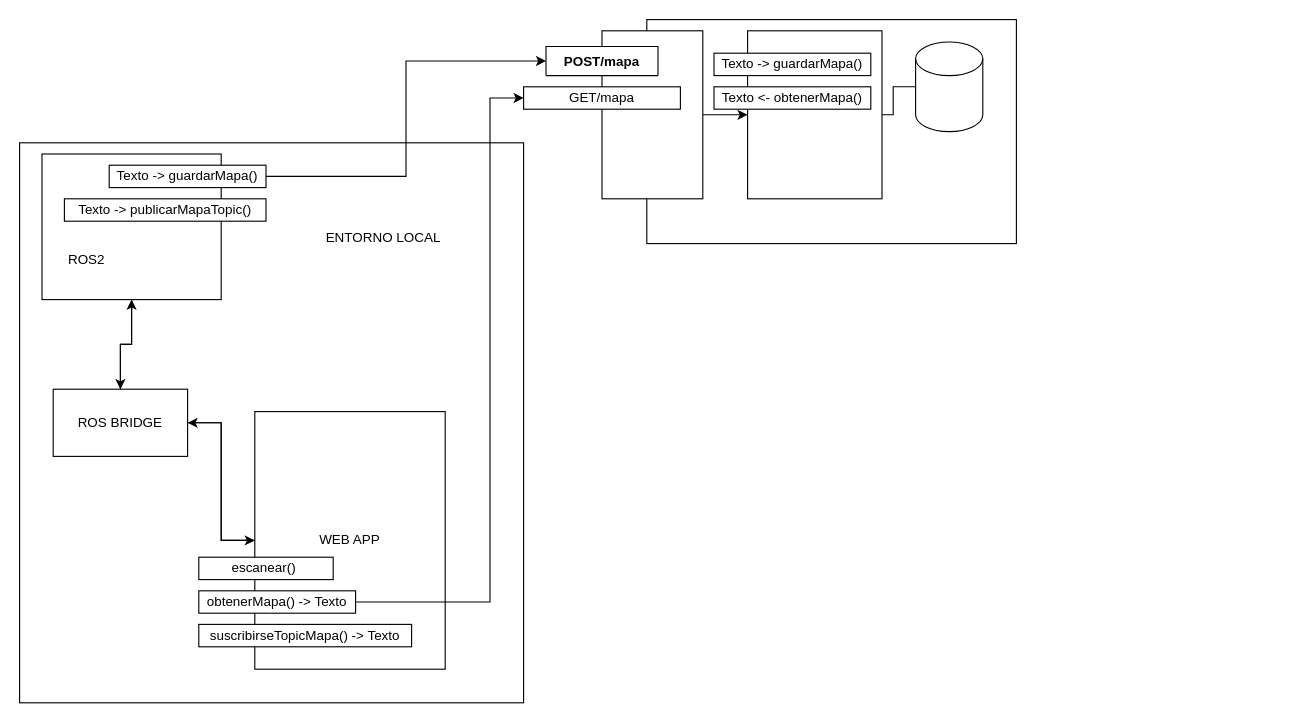
GTI-3B-ProyectoRobotica/Automatix-Backend keeps this draw.io diagram as page "Logica Negocio" (1 of 2) of doc/DiagramaBloques.drawio. Above is the earlier version. Source tidied: cells renumbered, new cells numbered last; positions are measured from the earlier drawing's top-left corner, leaving out a move shared by most shapes. Both pictures are drawn from the tidied source at 112%, with x=0, y=0 at pixel (19, 19).
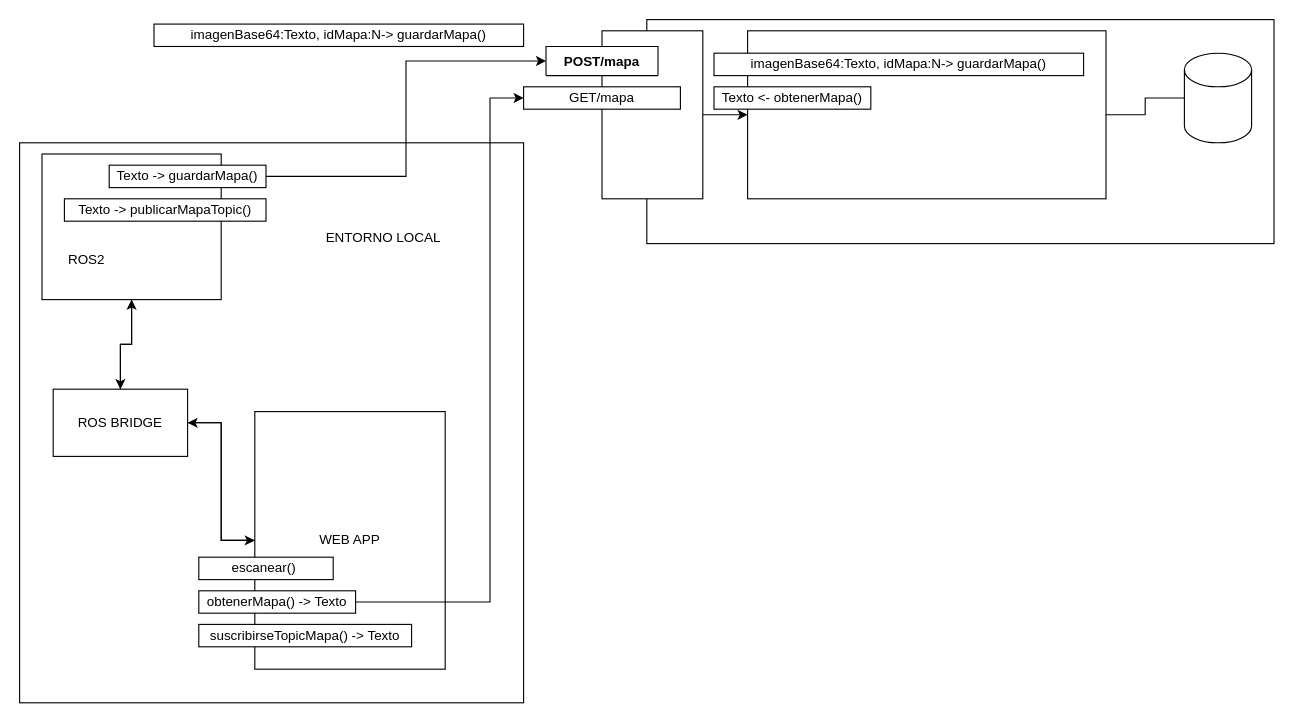
After the change.

Commit message (it also covers changes not shown here):
AX - H3 - 2 - Funcion guardarMapa logica

The edit, as a diff of the source:
```diff
@@
     <mxCell id="2" style="rounded=0;whiteSpace=wrap;html=1;" parent="1" vertex="1">
-      <mxGeometry x="560" width="330" height="200" as="geometry" />
+      <mxGeometry x="560" width="560" height="200" as="geometry" />
     </mxCell>
@@
     <mxCell id="8" style="shape=cylinder3;whiteSpace=wrap;html=1;boundedLbl=1;backgroundOutline=1;size=15;" parent="1" vertex="1">
-      <mxGeometry x="800" y="20" width="60" height="80" as="geometry" />
+      <mxGeometry x="1040" y="30" width="60" height="80" as="geometry" />
     </mxCell>
@@
     <mxCell id="11" style="rounded=0;whiteSpace=wrap;html=1;" parent="1" vertex="1">
-      <mxGeometry x="650" y="10" width="120" height="150" as="geometry" />
+      <mxGeometry x="650" y="10" width="320" height="150" as="geometry" />
     </mxCell>
@@
-    <mxCell id="13" value="Texto -&amp;gt; guardarMapa()" style="rounded=0;whiteSpace=wrap;html=1;" parent="1" vertex="1">
-      <mxGeometry x="620" y="30" width="140" height="20" as="geometry" />
+    <mxCell id="13" value="imagenBase64:Texto, idMapa:N-&amp;gt; guardarMapa()" style="rounded=0;whiteSpace=wrap;html=1;" parent="1" vertex="1">
+      <mxGeometry x="620" y="30" width="330" height="20" as="geometry" />
     </mxCell>
@@
+    <mxCell id="29" value="imagenBase64:Texto, idMapa:N-&amp;gt; guardarMapa()" style="rounded=0;whiteSpace=wrap;html=1;" parent="1" vertex="1">
+      <mxGeometry x="120" y="4" width="330" height="20" as="geometry" />
+    </mxCell>
```
